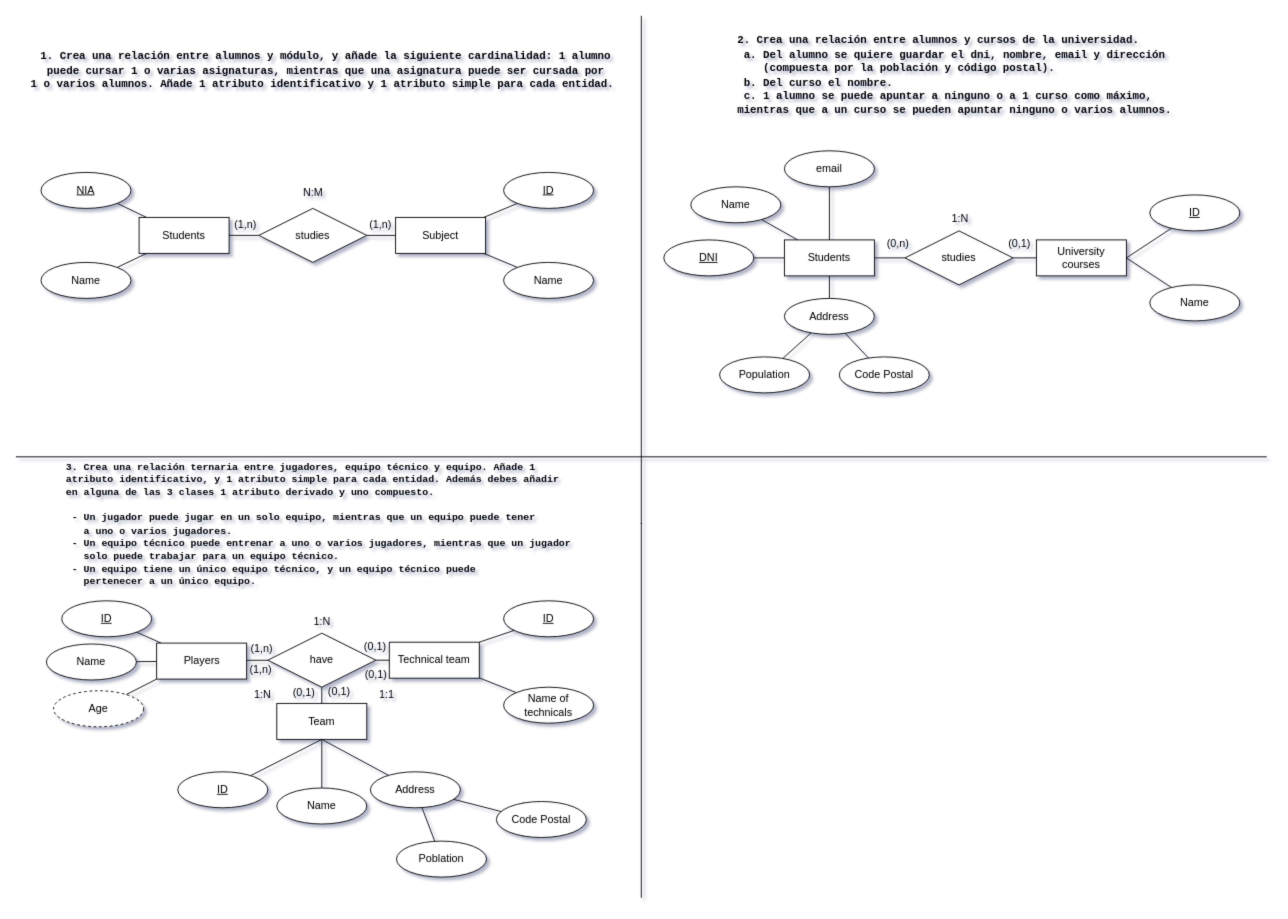
The draw.io diagram page "Ejercicios II (1 al 4)" (5 of 6) of ejemplos_estudiar.drawio in Maek0s/1DAM_Databases, before the edit. Source tidied: cells renumbered, new cells numbered last; positions are measured from the earlier drawing's top-left corner, leaving out a move shared by most shapes. Both pictures are drawn from the tidied source at 90%, with x=0, y=0 at pixel (15, 15).
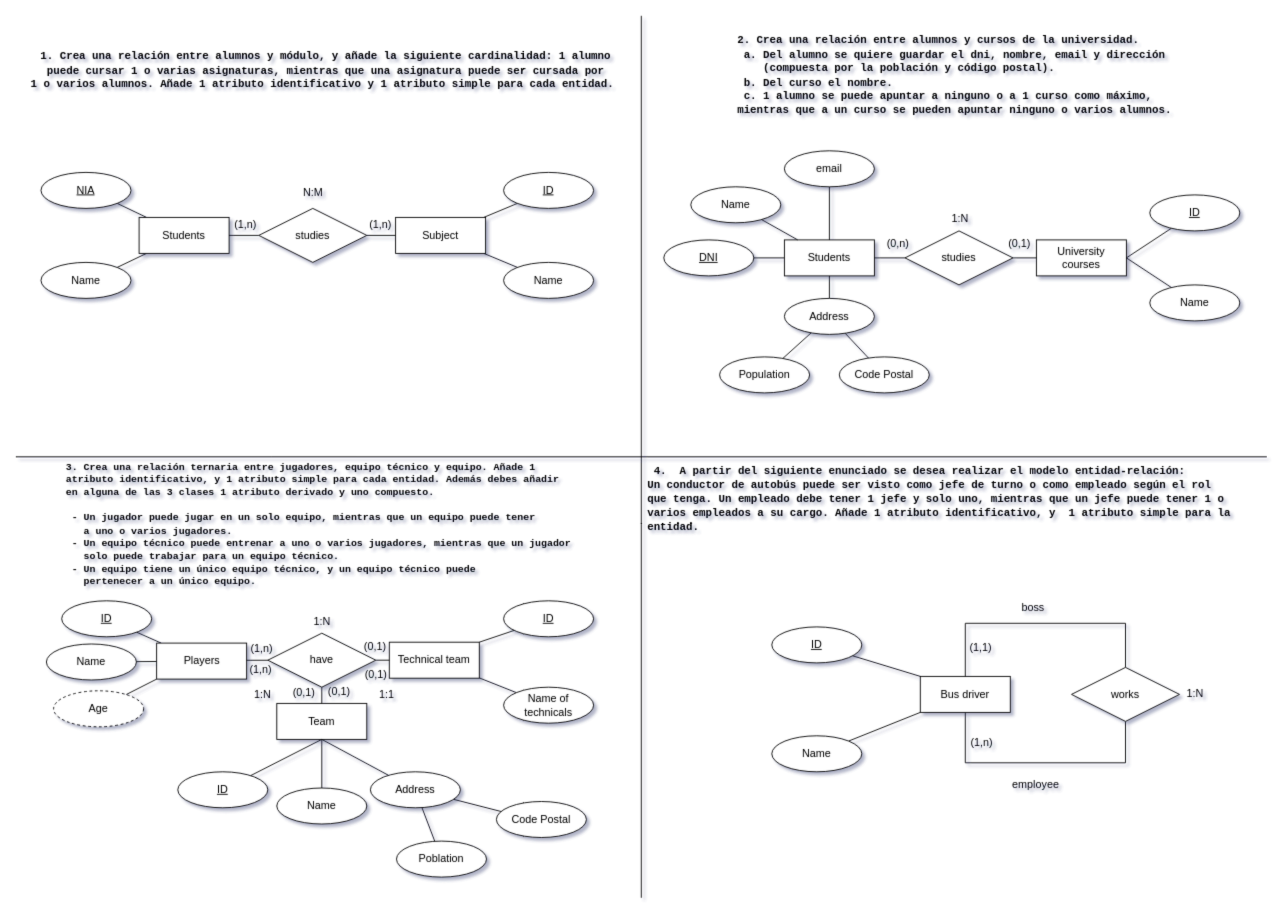
Above is the later version.

The edit, as a diff of the source:
```diff
@@
+    <mxCell id="83" value="&lt;div&gt;&lt;b&gt;&lt;font face=&quot;Courier New&quot;&gt;&amp;nbsp;4.&amp;nbsp; A partir del siguiente enunciado se desea realizar el modelo entidad-relación:&lt;/font&gt;&lt;/b&gt;&lt;/div&gt;&lt;div&gt;&lt;b&gt;&lt;font face=&quot;Courier New&quot;&gt;Un conductor de autobús puede ser visto como jefe de turno o como empleado según el rol&amp;nbsp;&lt;/font&gt;&lt;/b&gt;&lt;/div&gt;&lt;div&gt;&lt;b&gt;&lt;font face=&quot;Courier New&quot;&gt;que&amp;nbsp;&lt;/font&gt;&lt;/b&gt;&lt;b style=&quot;background-color: initial;&quot;&gt;&lt;font face=&quot;Courier New&quot;&gt;tenga. Un empleado debe&amp;nbsp;&lt;/font&gt;&lt;/b&gt;&lt;b style=&quot;background-color: initial;&quot;&gt;&lt;font face=&quot;Courier New&quot;&gt;tener&amp;nbsp;&lt;span style=&quot;background-color: initial;&quot;&gt;1 jefe y solo uno, mientras que un jefe puede tener 1 o&amp;nbsp;&lt;/span&gt;&lt;/font&gt;&lt;/b&gt;&lt;/div&gt;&lt;div&gt;&lt;b style=&quot;background-color: initial;&quot;&gt;&lt;font face=&quot;Courier New&quot;&gt;&lt;span style=&quot;background-color: initial;&quot;&gt;varios&amp;nbsp;&lt;/span&gt;&lt;/font&gt;&lt;/b&gt;&lt;b style=&quot;background-color: initial;&quot;&gt;&lt;font face=&quot;Courier New&quot;&gt;&lt;span style=&quot;background-color: initial;&quot;&gt;empleados a su cargo.&amp;nbsp;&lt;/span&gt;&lt;span style=&quot;background-color: initial;&quot;&gt;Añade 1 atributo identificativo, y&amp;nbsp;&lt;/span&gt;&lt;/font&gt;&lt;/b&gt;&lt;b style=&quot;background-color: initial;&quot;&gt;&lt;font face=&quot;Courier New&quot;&gt;&amp;nbsp;1 atributo simple para la&amp;nbsp;&lt;/font&gt;&lt;/b&gt;&lt;/div&gt;&lt;div&gt;&lt;b style=&quot;background-color: initial;&quot;&gt;&lt;font face=&quot;Courier New&quot;&gt;entidad.&lt;/font&gt;&lt;/b&gt;&lt;/div&gt;" style="text;html=1;align=left;verticalAlign=middle;strokeColor=none;fillColor=none;" parent="1" vertex="1">
+      <mxGeometry x="700" y="492" width="690" height="90" as="geometry" />
+    </mxCell>
+    <mxCell id="84" style="edgeStyle=orthogonalEdgeStyle;rounded=0;jettySize=auto;html=1;entryX=0.5;entryY=1;entryDx=0;entryDy=0;endArrow=none;endFill=0;" parent="1" edge="1" source="85" target="91">
+      <mxGeometry relative="1" as="geometry">
+        <Array as="points">
+          <mxPoint x="1055" y="830" />
+          <mxPoint x="1233" y="830" />
+        </Array>
+      </mxGeometry>
+    </mxCell>
+    <mxCell id="85" value="Bus driver" style="whiteSpace=wrap;html=1;align=center;" parent="1" vertex="1">
+      <mxGeometry x="1005" y="734" width="100" height="40" as="geometry" />
+    </mxCell>
+    <mxCell id="86" style="rounded=0;jettySize=auto;html=1;entryX=0;entryY=0;entryDx=0;entryDy=0;endArrow=none;endFill=0;" parent="1" edge="1" source="87" target="85">
+      <mxGeometry relative="1" as="geometry" />
+    </mxCell>
+    <mxCell id="87" value="ID" style="ellipse;whiteSpace=wrap;html=1;align=center;fontStyle=4;" parent="1" vertex="1">
+      <mxGeometry x="840" y="679" width="100" height="40" as="geometry" />
+    </mxCell>
+    <mxCell id="88" style="rounded=0;jettySize=auto;html=1;entryX=0;entryY=1;entryDx=0;entryDy=0;endArrow=none;endFill=0;" parent="1" edge="1" source="89" target="85">
+      <mxGeometry relative="1" as="geometry" />
+    </mxCell>
+    <mxCell id="89" value="Name" style="ellipse;whiteSpace=wrap;html=1;align=center;" parent="1" vertex="1">
+      <mxGeometry x="840" y="800" width="100" height="40" as="geometry" />
+    </mxCell>
+    <mxCell id="90" style="edgeStyle=orthogonalEdgeStyle;rounded=0;jettySize=auto;html=1;entryX=0.5;entryY=0;entryDx=0;entryDy=0;endArrow=none;endFill=0;exitX=0.5;exitY=0;exitDx=0;exitDy=0;" parent="1" edge="1" source="91" target="85">
+      <mxGeometry relative="1" as="geometry">
+        <Array as="points">
+          <mxPoint x="1233" y="675" />
+          <mxPoint x="1055" y="675" />
+        </Array>
+      </mxGeometry>
+    </mxCell>
+    <mxCell id="91" value="works" style="shape=rhombus;perimeter=rhombusPerimeter;whiteSpace=wrap;html=1;align=center;" parent="1" vertex="1">
+      <mxGeometry x="1173" y="724" width="120" height="60" as="geometry" />
+    </mxCell>
+    <mxCell id="92" value="boss" style="text;html=1;align=center;verticalAlign=middle;strokeColor=none;fillColor=none;" parent="1" vertex="1">
+      <mxGeometry x="1100" y="643" width="60" height="30" as="geometry" />
+    </mxCell>
+    <mxCell id="93" value="employee" style="text;html=1;align=center;verticalAlign=middle;strokeColor=none;fillColor=none;" parent="1" vertex="1">
+      <mxGeometry x="1088" y="840" width="90" height="30" as="geometry" />
+    </mxCell>
+    <mxCell id="94" value="(1,n)" style="text;html=1;align=center;verticalAlign=middle;strokeColor=none;fillColor=none;" parent="1" vertex="1">
+      <mxGeometry x="1043" y="793" width="60" height="30" as="geometry" />
+    </mxCell>
+    <mxCell id="95" value="(1,1)" style="text;html=1;align=center;verticalAlign=middle;strokeColor=none;fillColor=none;" parent="1" vertex="1">
+      <mxGeometry x="1042" y="687" width="60" height="30" as="geometry" />
+    </mxCell>
+    <mxCell id="96" value="1:N" style="text;html=1;align=center;verticalAlign=middle;strokeColor=none;fillColor=none;" parent="1" vertex="1">
+      <mxGeometry x="1287" y="738" width="45" height="30" as="geometry" />
+    </mxCell>
```
